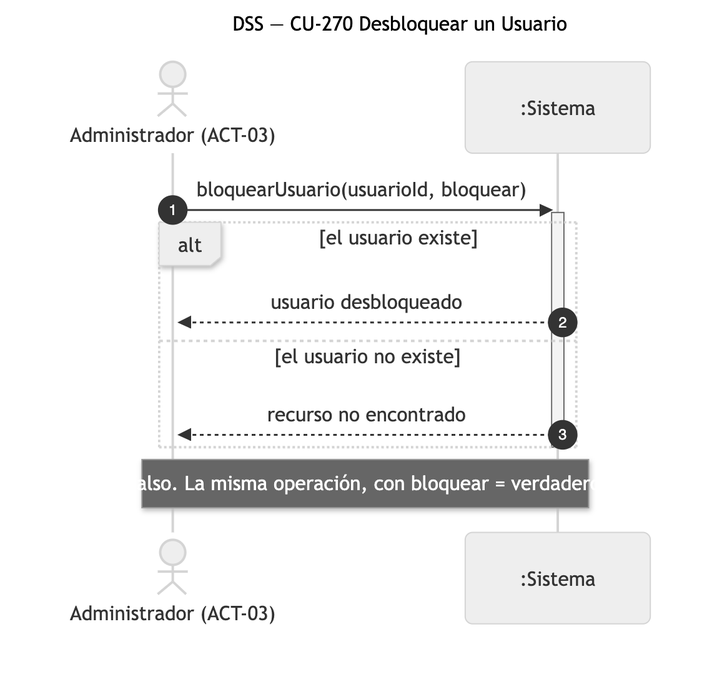
The Mermaid diagram diagramas/png/DSS_CU-270_Desbloquear-un-Usuario.png in Nahuelito-Dev/splg-docs, before a commit. Its source is kept beside it as diagramas/DSS_CU-270_Desbloquear-un-Usuario.mmd.
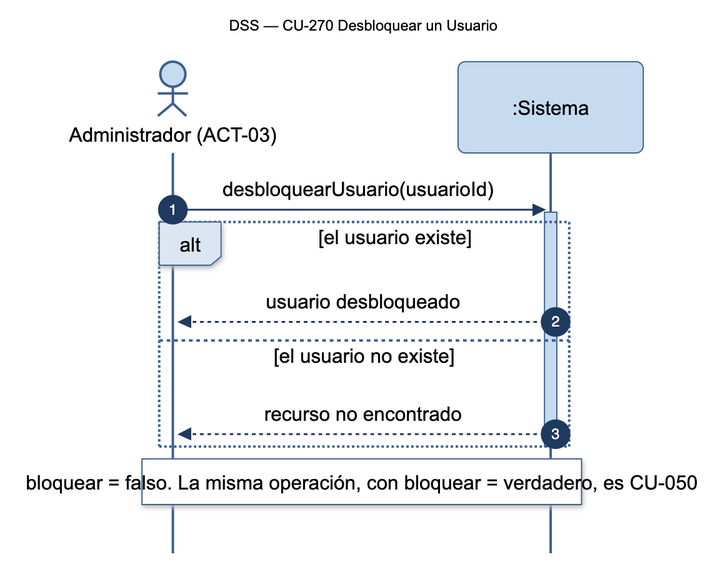
Later version of the same file.

The edit, as a diff of the source:
```diff
@@ -4,7 +4,7 @@
     actor ADM as Administrador (ACT-03)
     participant SIS as :Sistema
 
-    ADM->>SIS: bloquearUsuario(usuarioId, bloquear)
+    ADM->>SIS: desbloquearUsuario(usuarioId)
     activate SIS
     alt el usuario existe
         SIS-->>ADM: usuario desbloqueado
```
